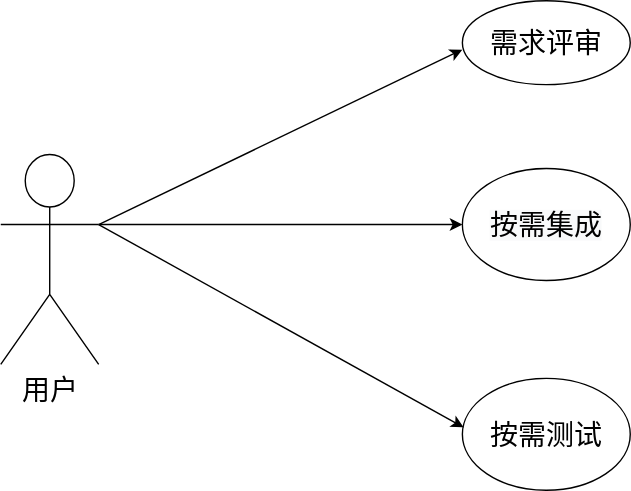
Above: pdf/Untitled Diagram.drawio.svg in l1135677068/StudyNote (draw.io), before the change. Source tidied: cells renumbered, new cells last; positions are measured from the earlier drawing's top-left corner, leaving out a move shared by most shapes.
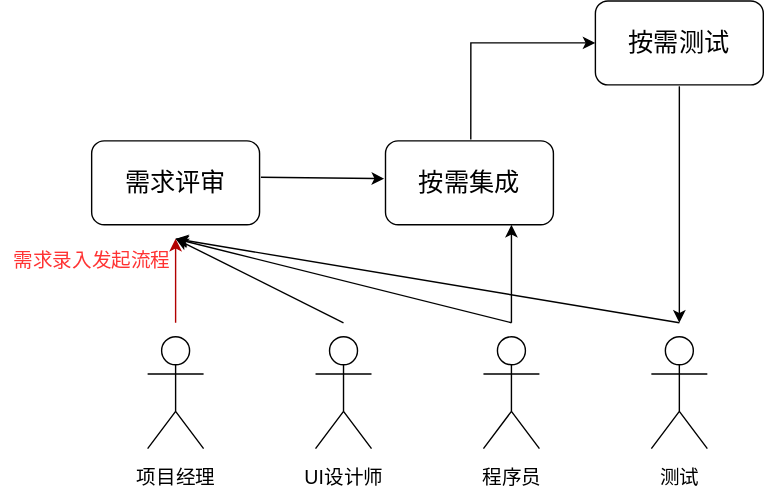
The same diagram one commit later.

Diff of the diagram source:
```diff
@@ -2,32 +2,74 @@
   <root>
     <mxCell id="0" />
     <mxCell id="1" parent="0" />
-    <mxCell id="2" value="&lt;span style=&quot;font-size: 20px&quot;&gt;用户&lt;/span&gt;" style="shape=umlActor;verticalLabelPosition=bottom;verticalAlign=top;html=1;" parent="1" vertex="1">
-      <mxGeometry y="110" width="70" height="150" as="geometry" />
-    </mxCell>
+    <mxCell id="9" value="&lt;font style=&quot;font-size: 14px&quot;&gt;项目经理&lt;/font&gt;" style="shape=umlActor;verticalLabelPosition=bottom;verticalAlign=top;html=1;fontSize=20;align=center;" parent="1" vertex="1">
+      <mxGeometry x="235" y="250" width="40" height="80" as="geometry" />
+    </mxCell>
+    <mxCell id="10" value="&lt;font style=&quot;font-size: 14px&quot;&gt;UI设计师&lt;/font&gt;" style="shape=umlActor;verticalLabelPosition=bottom;verticalAlign=top;html=1;fontSize=20;" parent="1" vertex="1">
+      <mxGeometry x="355" y="250" width="40" height="80" as="geometry" />
+    </mxCell>
+    <mxCell id="11" value="&lt;span style=&quot;font-size: 14px&quot;&gt;程序员&lt;/span&gt;" style="shape=umlActor;verticalLabelPosition=bottom;verticalAlign=top;html=1;fontSize=20;" parent="1" vertex="1">
+      <mxGeometry x="475" y="250" width="40" height="80" as="geometry" />
+    </mxCell>
+    <mxCell id="12" value="&lt;font style=&quot;font-size: 14px&quot;&gt;测试&lt;/font&gt;" style="shape=umlActor;verticalLabelPosition=bottom;verticalAlign=top;html=1;fontSize=20;" parent="1" vertex="1">
+      <mxGeometry x="595" y="250" width="40" height="80" as="geometry" />
+    </mxCell>
-    <mxCell id="3" value="&lt;div&gt;&lt;span style=&quot;font-size: 20px&quot;&gt;需求评审&lt;/span&gt;&lt;/div&gt;" style="ellipse;whiteSpace=wrap;html=1;verticalAlign=middle;align=center;labelPosition=center;verticalLabelPosition=middle;" parent="1" vertex="1">
-      <mxGeometry x="330" width="120" height="60" as="geometry" />
+    <mxCell id="3" value="&lt;font style=&quot;font-size: 18px&quot;&gt;需求评审&lt;/font&gt;" style="rounded=1;whiteSpace=wrap;html=1;fontSize=14;" parent="1" vertex="1">
+      <mxGeometry x="195" y="110" width="120" height="60" as="geometry" />
     </mxCell>
-    <mxCell id="4" style="endArrow=classic;html=1;rounded=0;entryX=0;entryY=0.583;entryDx=0;entryDy=0;entryPerimeter=0;" parent="1" edge="1" target="3">
-      <mxGeometry relative="1" as="geometry">
-        <mxPoint x="70" y="160" as="sourcePoint" />
-      </mxGeometry>
-    </mxCell>
-    <mxCell id="5" value="&lt;span style=&quot;color: rgb(0 , 0 , 0) ; font-family: &amp;#34;helvetica&amp;#34; ; font-size: 20px ; font-style: normal ; font-weight: 400 ; letter-spacing: normal ; text-align: center ; text-indent: 0px ; text-transform: none ; word-spacing: 0px ; background-color: rgb(248 , 249 , 250) ; display: inline ; float: none&quot;&gt;按需集成&lt;/span&gt;" style="ellipse;whiteSpace=wrap;html=1;" parent="1" vertex="1">
-      <mxGeometry x="330" y="120" width="120" height="80" as="geometry" />
+    <mxCell id="5" value="&lt;font style=&quot;font-size: 18px&quot;&gt;按需集成&lt;/font&gt;" style="rounded=1;whiteSpace=wrap;html=1;fontSize=14;" parent="1" vertex="1">
+      <mxGeometry x="405" y="110" width="120" height="60" as="geometry" />
     </mxCell>
-    <mxCell id="6" style="endArrow=classic;html=1;rounded=0;" parent="1" edge="1" target="5">
-      <mxGeometry relative="1" as="geometry">
-        <mxPoint x="70" y="160" as="sourcePoint" />
-      </mxGeometry>
-    </mxCell>
-    <mxCell id="7" value="&lt;span style=&quot;font-family: &amp;#34;helvetica&amp;#34; ; font-size: 20px&quot;&gt;按需测试&lt;/span&gt;" style="ellipse;whiteSpace=wrap;html=1;" parent="1" vertex="1">
-      <mxGeometry x="330" y="270" width="120" height="80" as="geometry" />
+    <mxCell id="7" value="&lt;span style=&quot;font-size: 18px&quot;&gt;按需测试&lt;br&gt;&lt;/span&gt;" style="rounded=1;whiteSpace=wrap;html=1;fontSize=14;" parent="1" vertex="1">
+      <mxGeometry x="555" y="10" width="120" height="60" as="geometry" />
     </mxCell>
-    <mxCell id="8" style="endArrow=classic;html=1;rounded=0;entryX=0.008;entryY=0.438;entryDx=0;entryDy=0;entryPerimeter=0;" parent="1" edge="1" target="7">
-      <mxGeometry relative="1" as="geometry">
-        <mxPoint x="70" y="160" as="sourcePoint" />
-      </mxGeometry>
-    </mxCell>
+    <mxCell id="13" style="endArrow=classic;html=1;rounded=0;fontSize=18;fontColor=#FF3333;fillColor=#e51400;strokeColor=#B20000;" parent="1" edge="1">
+      <mxGeometry relative="1" as="geometry">
+        <mxPoint x="255" y="240" as="sourcePoint" />
+        <mxPoint x="255" y="180" as="targetPoint" />
+      </mxGeometry>
+    </mxCell>
+    <mxCell id="14" style="endArrow=classic;html=1;rounded=0;fontSize=18;" parent="1" edge="1">
+      <mxGeometry relative="1" as="geometry">
+        <mxPoint x="375" y="240" as="sourcePoint" />
+        <mxPoint x="255" y="180" as="targetPoint" />
+      </mxGeometry>
+    </mxCell>
+    <mxCell id="15" style="endArrow=classic;html=1;rounded=0;fontSize=18;" parent="1" edge="1">
+      <mxGeometry relative="1" as="geometry">
+        <mxPoint x="495" y="240" as="sourcePoint" />
+        <mxPoint x="255" y="180" as="targetPoint" />
+      </mxGeometry>
+    </mxCell>
+    <mxCell id="16" style="endArrow=classic;html=1;rounded=0;fontSize=18;" parent="1" edge="1">
+      <mxGeometry relative="1" as="geometry">
+        <mxPoint x="615" y="240" as="sourcePoint" />
+        <mxPoint x="255" y="180" as="targetPoint" />
+      </mxGeometry>
+    </mxCell>
+    <mxCell id="17" style="endArrow=classic;html=1;rounded=0;fontSize=18;entryX=0.75;entryY=1;entryDx=0;entryDy=0;entryPerimeter=0;" parent="1" edge="1" target="5">
+      <mxGeometry relative="1" as="geometry">
+        <mxPoint x="495" y="240" as="sourcePoint" />
+      </mxGeometry>
+    </mxCell>
+    <mxCell id="18" style="endArrow=classic;html=1;rounded=0;fontSize=18;exitX=0.5;exitY=1.017;exitDx=0;exitDy=0;exitPerimeter=0;" parent="1" edge="1" source="7">
+      <mxGeometry relative="1" as="geometry">
+        <mxPoint x="615" y="240" as="targetPoint" />
+      </mxGeometry>
+    </mxCell>
+    <mxCell id="19" style="endArrow=classic;html=1;rounded=0;fontSize=18;exitX=1.008;exitY=0.433;exitDx=0;exitDy=0;exitPerimeter=0;entryX=-0.008;entryY=0.45;entryDx=0;entryDy=0;entryPerimeter=0;" parent="1" edge="1" source="3" target="5">
+      <mxGeometry relative="1" as="geometry" />
+    </mxCell>
+    <mxCell id="20" style="endArrow=classic;html=1;rounded=0;fontSize=18;exitX=0.508;exitY=-0.017;exitDx=0;exitDy=0;exitPerimeter=0;" parent="1" edge="1" source="5">
+      <mxGeometry relative="1" as="geometry">
+        <mxPoint x="555" y="40" as="targetPoint" />
+        <Array as="points">
+          <mxPoint x="466" y="40" />
+        </Array>
+      </mxGeometry>
+    </mxCell>
+    <mxCell id="21" value="&lt;font style=&quot;font-size: 14px&quot;&gt;需求录入发起流程&lt;/font&gt;" style="text;html=1;align=center;verticalAlign=middle;strokeColor=none;fillColor=none;fontSize=18;fontColor=#FF3333;" parent="1" vertex="1">
+      <mxGeometry x="130" y="180" width="130" height="30" as="geometry" />
+    </mxCell>
   </root>
 </mxGraphModel>
```
